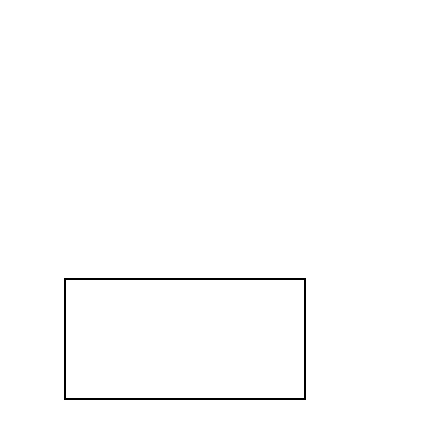
Before: 未命名绘图.drawio in liangyao375/drawiofile, a draw.io diagram. Source tidied: cells renumbered, new cells numbered last; positions are measured from the earlier drawing's top-left corner, leaving out a move shared by most shapes. Both pictures are drawn from the tidied source at 200%, with x=0, y=0 at pixel (64, 278).
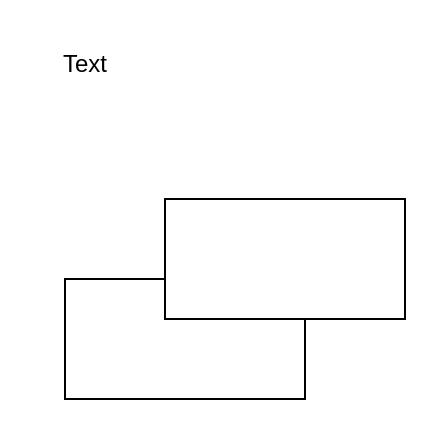
Above is the later version.

Commit message:
更新未命名绘图.drawio

What changed in the source:
```diff
@@
 <mxGraphModel>
   <root>
     <mxCell id="0" />
     <mxCell id="1" parent="0" />
     <mxCell id="2" style="rounded=0;whiteSpace=wrap;html=1;" parent="1" vertex="1">
       <mxGeometry width="120" height="60" as="geometry" />
     </mxCell>
+    <mxCell id="3" style="whiteSpace=wrap;html=1;" parent="1" vertex="1">
+      <mxGeometry x="50" y="-40" width="120" height="60" as="geometry" />
+    </mxCell>
+    <mxCell id="4" value="Text" style="text;html=1;align=center;verticalAlign=middle;strokeColor=none;fillColor=none;" parent="1" vertex="1">
+      <mxGeometry x="-15" y="-122" width="50" height="30" as="geometry" />
+    </mxCell>
   </root>
 </mxGraphModel>
```
